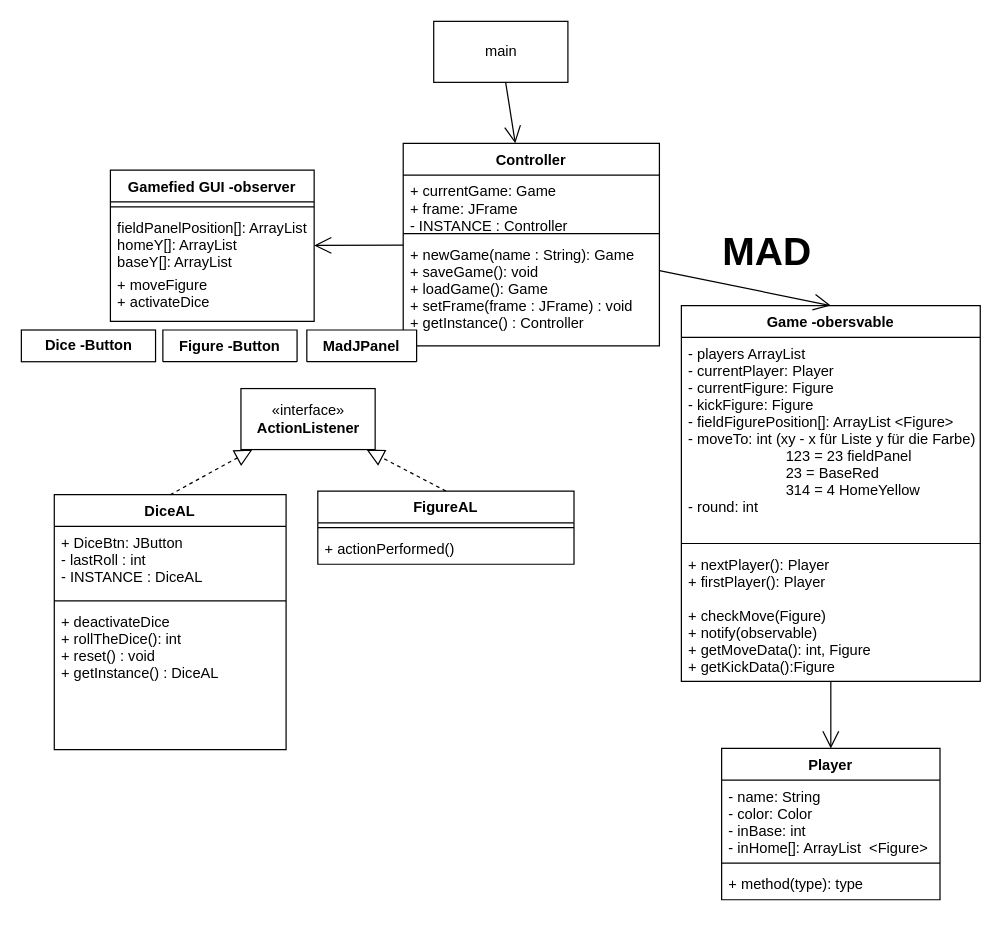
Before: MADClassDiagramm.drawio in Derpzz/SPE-MAD, a draw.io diagram. Source tidied: cells renumbered, new cells numbered last; positions are measured from the earlier drawing's top-left corner, leaving out a move shared by most shapes. Both pictures are drawn from the tidied source at 122%, with x=0, y=0 at pixel (21, 21).
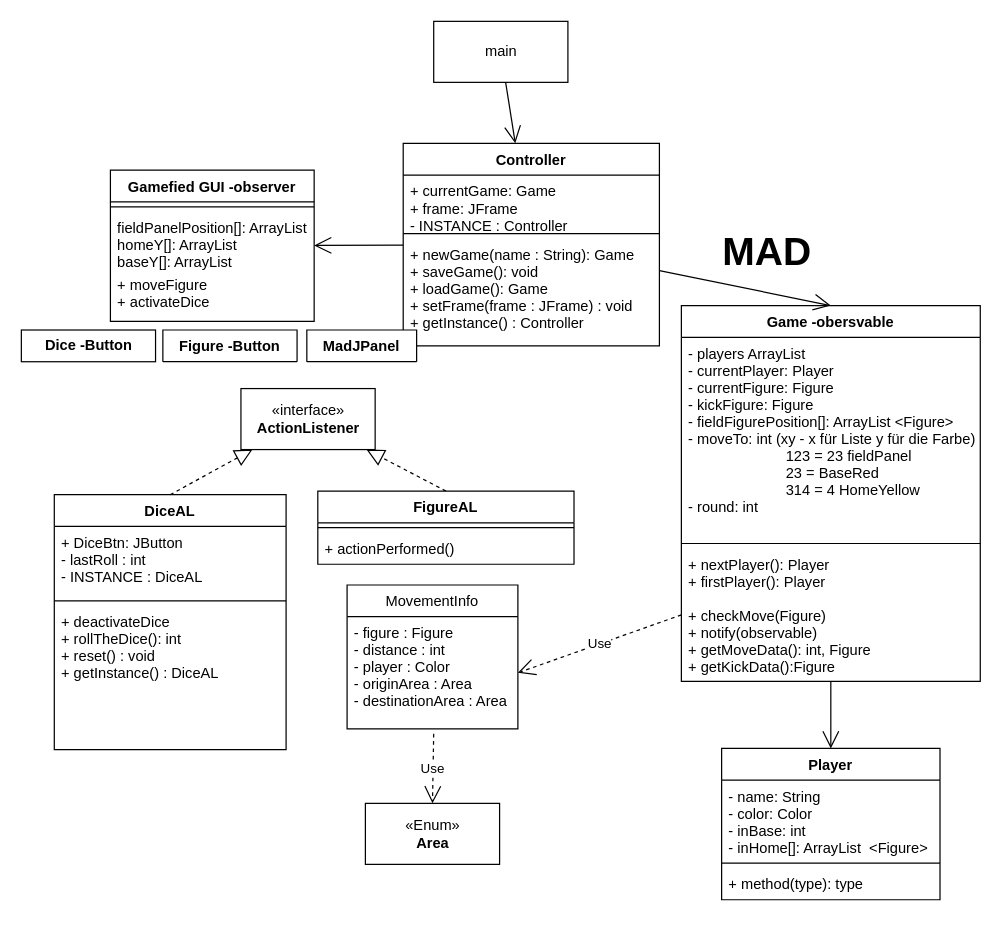
The same diagram, later.

Commit message:
Add MovementInfo class

Unchanged cells that the change refers to:
```xml
<mxCell id="12" value="+ nextPlayer(): Player&#10;+ firstPlayer(): Player&#10;&#10;+ checkMove(Figure)&#10;+ notify(observable)&#10;+ getMoveData(): int, Figure&#10;+ getKickData():Figure&#10;&#10;" style="text;strokeColor=none;fillColor=none;align=left;verticalAlign=top;spacingLeft=4;spacingRight=4;overflow=hidden;points=[[0,0.5],[1,0.5]];portConstraint=eastwest;" parent="9" vertex="1">
  <mxGeometry y="199" width="245" height="109" as="geometry" />
</mxCell>
```

What changed in the source:
```diff
@@
+    <mxCell id="37" value="MovementInfo" style="swimlane;fontStyle=0;horizontal=1;startSize=26;fillColor=none;" parent="1" vertex="1">
+      <mxGeometry x="267" y="462" width="140" height="118" as="geometry" />
+    </mxCell>
+    <mxCell id="38" value="- figure : Figure&#10;- distance : int&#10;- player : Color&#10;- originArea : Area&#10;- destinationArea : Area" style="text;strokeColor=none;fillColor=none;align=left;verticalAlign=top;spacingLeft=4;spacingRight=4;overflow=hidden;points=[[0,0.5],[1,0.5]];portConstraint=eastwest;" parent="37" vertex="1">
+      <mxGeometry y="26" width="140" height="92" as="geometry" />
+    </mxCell>
+    <mxCell id="39" value="«Enum»&lt;br&gt;&lt;b&gt;Area&lt;/b&gt;" style="html=1;" parent="1" vertex="1">
+      <mxGeometry x="282" y="641" width="110" height="50" as="geometry" />
+    </mxCell>
+    <mxCell id="40" value="Use" style="endArrow=open;endSize=12;dashed=1;html=1;rounded=0;entryX=0.5;entryY=0;entryDx=0;entryDy=0;exitX=0.507;exitY=1.043;exitDx=0;exitDy=0;exitPerimeter=0;" parent="1" edge="1" source="38" target="39">
+      <mxGeometry relative="1" as="geometry" />
+    </mxCell>
+    <mxCell id="41" value="Use" style="endArrow=open;endSize=12;dashed=1;html=1;rounded=0;exitX=0;exitY=0.5;exitDx=0;exitDy=0;entryX=1;entryY=0.5;entryDx=0;entryDy=0;" parent="1" edge="1" source="12" target="38">
+      <mxGeometry relative="1" as="geometry" />
+    </mxCell>
```
